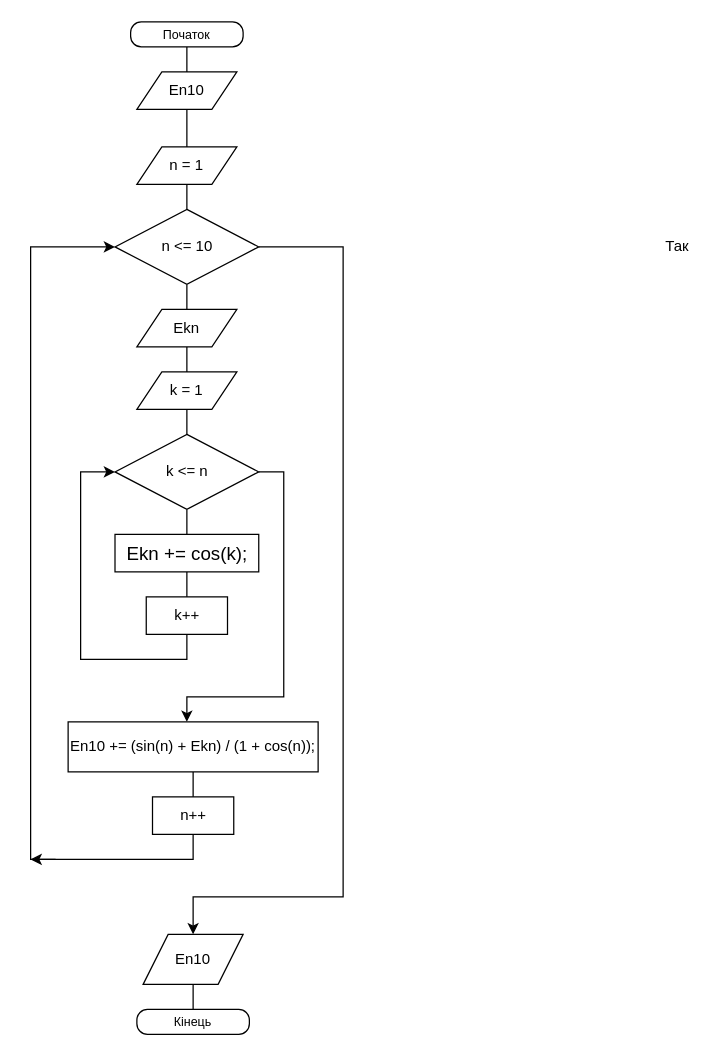
Above: 14.drawio in pulyrij/informatica (draw.io), before the change. Source tidied: cells renumbered, new cells numbered last; positions are measured from the earlier drawing's top-left corner, leaving out a move shared by most shapes. Both pictures are drawn from the tidied source at 125%, with x=0, y=0 at pixel (30, 21).
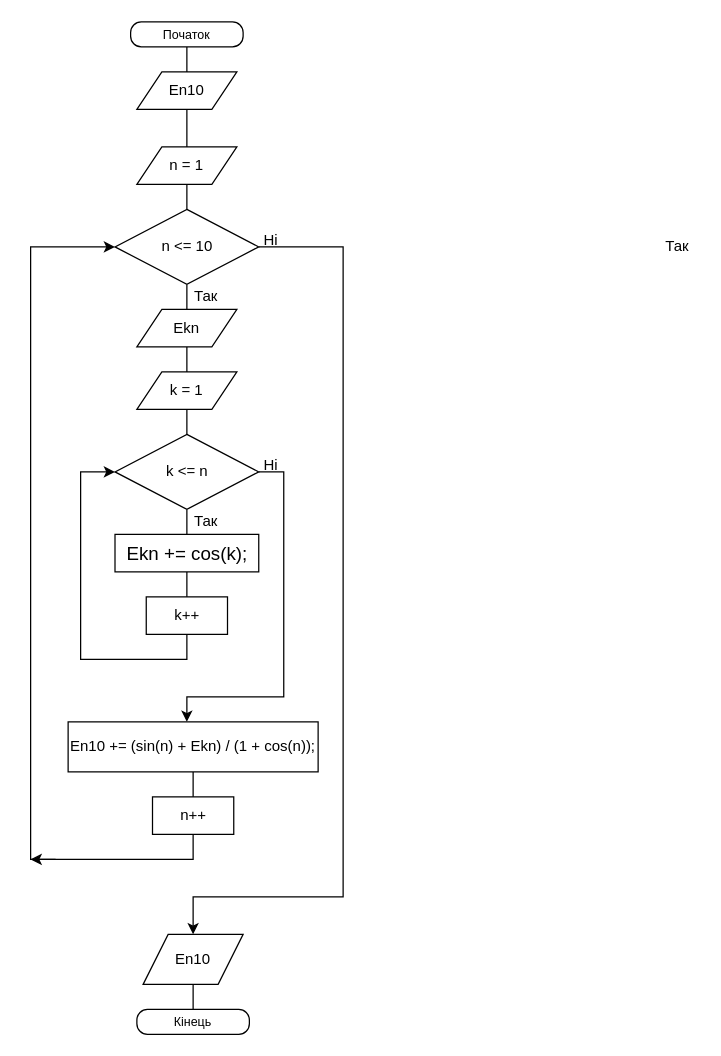
The same diagram, later.

The edit, as a diff of the source:
```diff
@@
+    <mxCell id="31" value="Так" style="text;html=1;whiteSpace=wrap;strokeColor=none;fillColor=none;align=center;verticalAlign=middle;rounded=0;labelBackgroundColor=none;" parent="1" vertex="1">
+      <mxGeometry x="122.5" y="210" width="35" height="20" as="geometry" />
+    </mxCell>
+    <mxCell id="32" value="Так" style="text;html=1;whiteSpace=wrap;strokeColor=none;fillColor=none;align=center;verticalAlign=middle;rounded=0;labelBackgroundColor=none;" parent="1" vertex="1">
+      <mxGeometry x="122.5" y="390" width="35" height="20" as="geometry" />
+    </mxCell>
+    <mxCell id="33" value="Ні" style="text;html=1;whiteSpace=wrap;strokeColor=none;fillColor=none;align=center;verticalAlign=middle;rounded=0;labelBackgroundColor=none;" parent="1" vertex="1">
+      <mxGeometry x="175" y="340" width="35" height="30" as="geometry" />
+    </mxCell>
+    <mxCell id="34" value="Ні" style="text;html=1;whiteSpace=wrap;strokeColor=none;fillColor=none;align=center;verticalAlign=middle;rounded=0;labelBackgroundColor=none;" parent="1" vertex="1">
+      <mxGeometry x="175" y="160" width="35" height="30" as="geometry" />
+    </mxCell>
```
